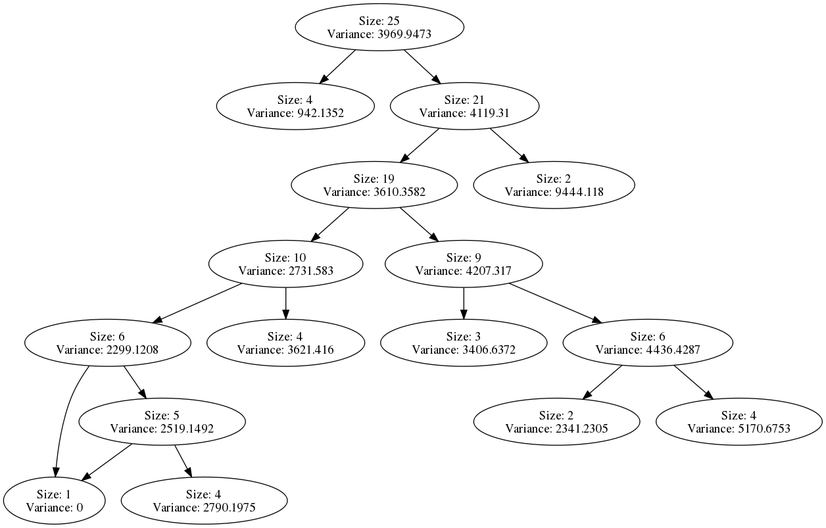
Above: src/dot/DESHARNAIS-L2.dot.png in abutcher/compass (Graphviz), before the change. Its source is kept beside it as src/dot/DESHARNAIS-L2.dot.
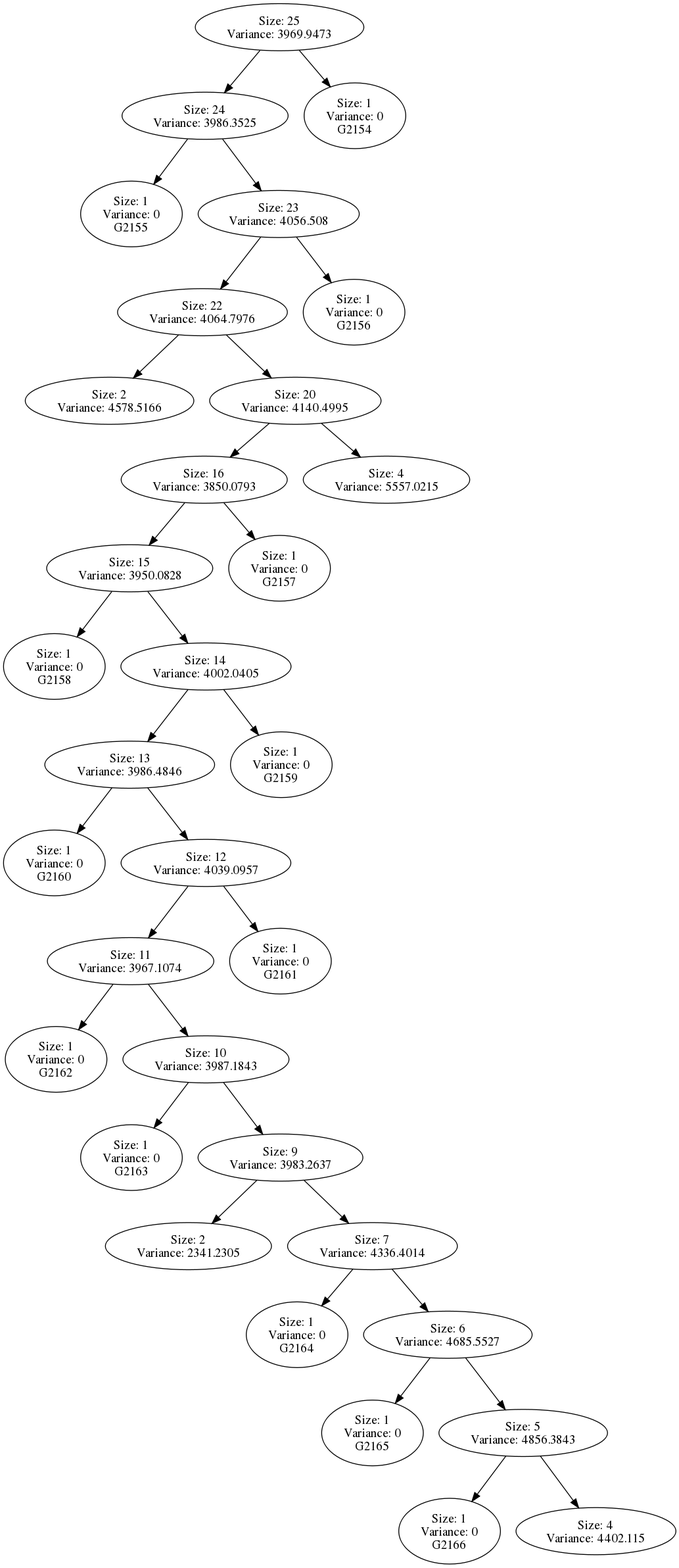
After the commit.

What changed in the source:
```diff
@@ -1,18 +1,34 @@
 DIGRAPH G {
-"Size: 25\nVariance: 3969.9473" -> "Size: 4\nVariance: 942.1352" L=0;
-"Size: 25\nVariance: 3969.9473" -> "Size: 21\nVariance: 4119.31" L=0;
-"Size: 21\nVariance: 4119.31" -> "Size: 19\nVariance: 3610.3582" L=1;
-"Size: 21\nVariance: 4119.31" -> "Size: 2\nVariance: 9444.118" L=1;
-"Size: 19\nVariance: 3610.3582" -> "Size: 10\nVariance: 2731.583" L=2;
-"Size: 19\nVariance: 3610.3582" -> "Size: 9\nVariance: 4207.317" L=2;
-"Size: 10\nVariance: 2731.583" -> "Size: 6\nVariance: 2299.1208" L=3;
-"Size: 10\nVariance: 2731.583" -> "Size: 4\nVariance: 3621.416" L=3;
-"Size: 6\nVariance: 2299.1208" -> "Size: 1\nVariance: 0" L=4;
-"Size: 6\nVariance: 2299.1208" -> "Size: 5\nVariance: 2519.1492" L=4;
-"Size: 5\nVariance: 2519.1492" -> "Size: 1\nVariance: 0" L=5;
-"Size: 5\nVariance: 2519.1492" -> "Size: 4\nVariance: 2790.1975" L=5;
-"Size: 9\nVariance: 4207.317" -> "Size: 3\nVariance: 3406.6372" L=3;
-"Size: 9\nVariance: 4207.317" -> "Size: 6\nVariance: 4436.4287" L=3;
-"Size: 6\nVariance: 4436.4287" -> "Size: 2\nVariance: 2341.2305" L=4;
-"Size: 6\nVariance: 4436.4287" -> "Size: 4\nVariance: 5170.6753" L=4;
+"Size: 25\nVariance: 3969.9473" -> "Size: 24\nVariance: 3986.3525" L=0;
+"Size: 25\nVariance: 3969.9473" -> "Size: 1\nVariance: 0\nG2154" L=0;
+"Size: 24\nVariance: 3986.3525" -> "Size: 1\nVariance: 0\nG2155" L=1;
+"Size: 24\nVariance: 3986.3525" -> "Size: 23\nVariance: 4056.508" L=1;
+"Size: 23\nVariance: 4056.508" -> "Size: 22\nVariance: 4064.7976" L=2;
+"Size: 23\nVariance: 4056.508" -> "Size: 1\nVariance: 0\nG2156" L=2;
+"Size: 22\nVariance: 4064.7976" -> "Size: 2\nVariance: 4578.5166" L=3;
+"Size: 22\nVariance: 4064.7976" -> "Size: 20\nVariance: 4140.4995" L=3;
+"Size: 20\nVariance: 4140.4995" -> "Size: 16\nVariance: 3850.0793" L=4;
+"Size: 20\nVariance: 4140.4995" -> "Size: 4\nVariance: 5557.0215" L=4;
+"Size: 16\nVariance: 3850.0793" -> "Size: 15\nVariance: 3950.0828" L=5;
+"Size: 16\nVariance: 3850.0793" -> "Size: 1\nVariance: 0\nG2157" L=5;
+"Size: 15\nVariance: 3950.0828" -> "Size: 1\nVariance: 0\nG2158" L=6;
+"Size: 15\nVariance: 3950.0828" -> "Size: 14\nVariance: 4002.0405" L=6;
+"Size: 14\nVariance: 4002.0405" -> "Size: 13\nVariance: 3986.4846" L=7;
+"Size: 14\nVariance: 4002.0405" -> "Size: 1\nVariance: 0\nG2159" L=7;
+"Size: 13\nVariance: 3986.4846" -> "Size: 1\nVariance: 0\nG2160" L=8;
+"Size: 13\nVariance: 3986.4846" -> "Size: 12\nVariance: 4039.0957" L=8;
+"Size: 12\nVariance: 4039.0957" -> "Size: 11\nVariance: 3967.1074" L=9;
+"Size: 12\nVariance: 4039.0957" -> "Size: 1\nVariance: 0\nG2161" L=9;
+"Size: 11\nVariance: 3967.1074" -> "Size: 1\nVariance: 0\nG2162" L=10;
+"Size: 11\nVariance: 3967.1074" -> "Size: 10\nVariance: 3987.1843" L=10;
+"Size: 10\nVariance: 3987.1843" -> "Size: 1\nVariance: 0\nG2163" L=11;
+"Size: 10\nVariance: 3987.1843" -> "Size: 9\nVariance: 3983.2637" L=11;
+"Size: 9\nVariance: 3983.2637" -> "Size: 2\nVariance: 2341.2305" L=12;
+"Size: 9\nVariance: 3983.2637" -> "Size: 7\nVariance: 4336.4014" L=12;
+"Size: 7\nVariance: 4336.4014" -> "Size: 1\nVariance: 0\nG2164" L=13;
+"Size: 7\nVariance: 4336.4014" -> "Size: 6\nVariance: 4685.5527" L=13;
+"Size: 6\nVariance: 4685.5527" -> "Size: 1\nVariance: 0\nG2165" L=14;
+"Size: 6\nVariance: 4685.5527" -> "Size: 5\nVariance: 4856.3843" L=14;
+"Size: 5\nVariance: 4856.3843" -> "Size: 1\nVariance: 0\nG2166" L=15;
+"Size: 5\nVariance: 4856.3843" -> "Size: 4\nVariance: 4402.115" L=15;
 }
```
